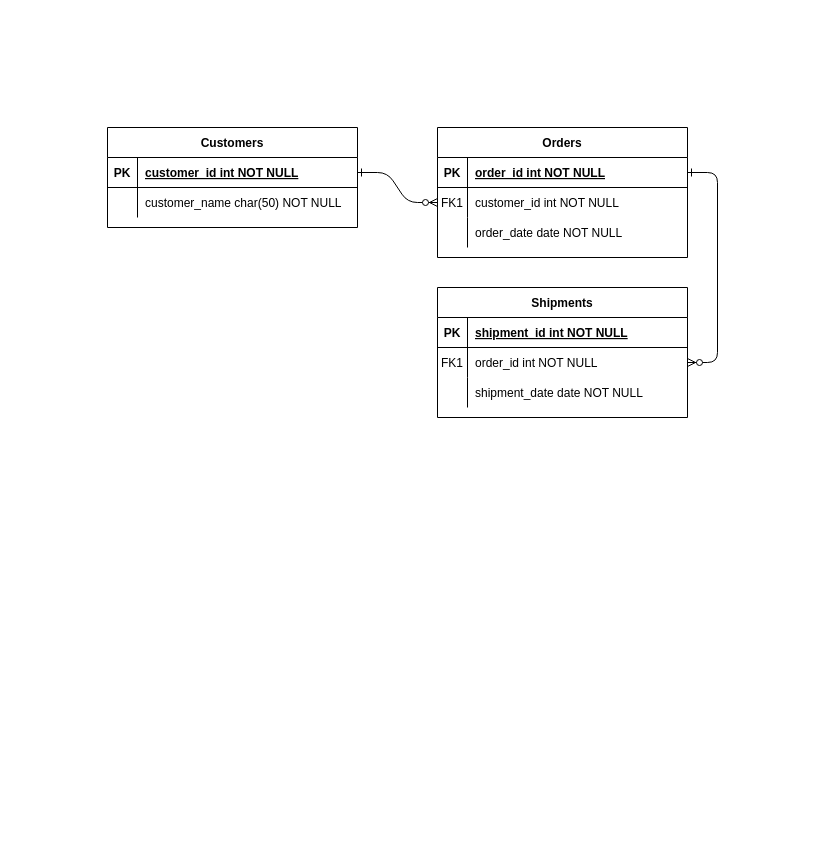
The draw.io diagram Untitled Diagram.drawio in bini-i/article, before the edit. Source tidied: cells renumbered, new cells numbered last; positions are measured from the earlier drawing's top-left corner, leaving out a move shared by most shapes. Both pictures are drawn from the tidied source at 100%, with x=0, y=0 at pixel (107, 127).
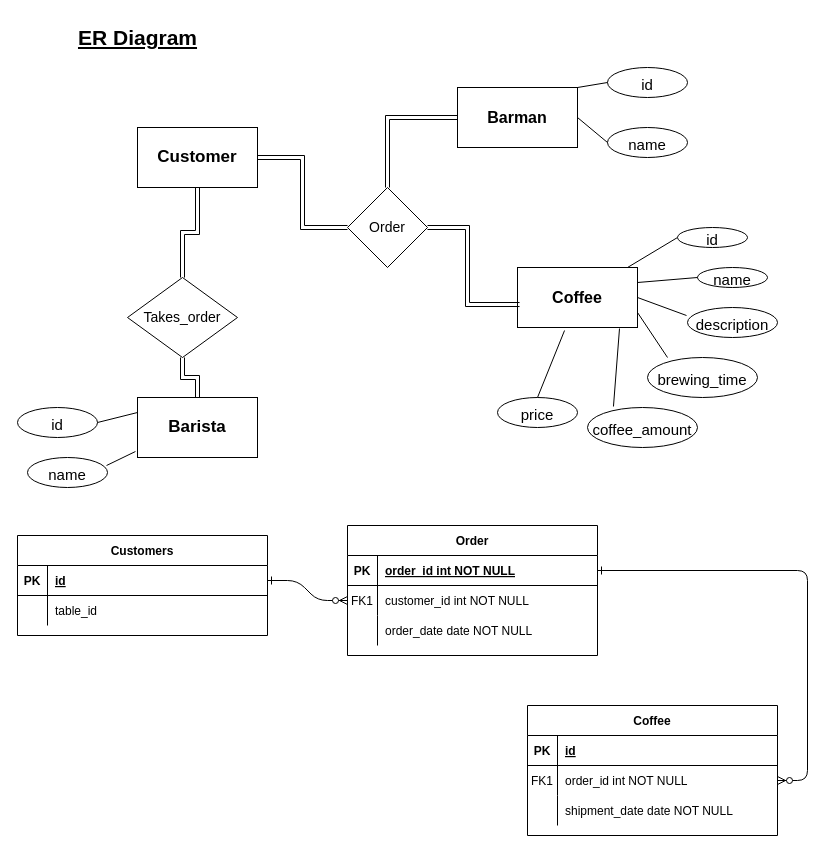
The same page after the edit.

The change refers to these unchanged cells:
```xml
<mxCell id="15" style="shape=partialRectangle;fillColor=none;top=0;left=0;right=0;bottom=1;" parent="14" vertex="1">
  <mxGeometry y="30" width="250" height="30" as="geometry" />
</mxCell>
<mxCell id="25" style="shape=partialRectangle;fillColor=none;points=[[0,0.5],[1,0.5]];portConstraint=eastwest;top=0;left=0;right=0;bottom=1;" parent="24" vertex="1">
  <mxGeometry y="30" width="250" height="30" as="geometry" />
</mxCell>
<mxCell id="28" style="shape=partialRectangle;fillColor=none;top=0;left=0;right=0;bottom=0;" parent="24" vertex="1">
  <mxGeometry y="60" width="250" height="30" as="geometry" />
</mxCell>
```

What changed in the source:
```diff
@@
-    <mxCell id="4" value="Orders" style="shape=table;startSize=30;childLayout=tableLayout;rowLines=0;fontStyle=1;align=center;" parent="1" vertex="1">
-      <mxGeometry x="330" width="250" height="130" as="geometry" />
+    <mxCell id="4" value="Order" style="shape=table;startSize=30;childLayout=tableLayout;rowLines=0;fontStyle=1;align=center;" parent="1" vertex="1">
+      <mxGeometry x="240" y="398" width="250" height="130" as="geometry" />
     </mxCell>
@@
-    <mxCell id="14" value="Shipments" style="shape=table;startSize=30;childLayout=tableLayout;rowLines=0;fontStyle=1;align=center;" parent="1" vertex="1">
-      <mxGeometry x="330" y="160" width="250" height="130" as="geometry" />
+    <mxCell id="14" value="Coffee" style="shape=table;startSize=30;childLayout=tableLayout;rowLines=0;fontStyle=1;align=center;" parent="1" vertex="1">
+      <mxGeometry x="420" y="578" width="250" height="130" as="geometry" />
     </mxCell>
@@
-    <mxCell id="17" value="shipment_id int NOT NULL " style="shape=partialRectangle;overflow=hidden;fillColor=none;top=0;left=0;bottom=0;right=0;align=left;spacingLeft=6;fontStyle=5;" parent="15" vertex="1">
+    <mxCell id="17" value="id" style="shape=partialRectangle;overflow=hidden;fillColor=none;top=0;left=0;bottom=0;right=0;align=left;spacingLeft=6;fontStyle=5;" parent="15" vertex="1">
       <mxGeometry x="30" width="220" height="30" as="geometry" />
     </mxCell>
@@
     <mxCell id="24" value="Customers" style="shape=table;startSize=30;childLayout=tableLayout;rowLines=0;fontStyle=1;align=center;" parent="1" vertex="1">
-      <mxGeometry width="250" height="100" as="geometry" />
+      <mxGeometry x="-90" y="408" width="250" height="100" as="geometry" />
     </mxCell>
@@
-    <mxCell id="27" value="customer_id int NOT NULL " style="shape=partialRectangle;overflow=hidden;fillColor=none;top=0;left=0;bottom=0;right=0;align=left;spacingLeft=6;fontStyle=5;" parent="25" vertex="1">
+    <mxCell id="27" value="id" style="shape=partialRectangle;overflow=hidden;fillColor=none;top=0;left=0;bottom=0;right=0;align=left;spacingLeft=6;fontStyle=5;" parent="25" vertex="1">
       <mxGeometry x="30" width="220" height="30" as="geometry" />
     </mxCell>
@@
-    <mxCell id="30" value="customer_name char(50) NOT NULL" style="shape=partialRectangle;overflow=hidden;fillColor=none;top=0;left=0;bottom=0;right=0;align=left;spacingLeft=6;" parent="28" vertex="1">
+    <mxCell id="30" value="table_id" style="shape=partialRectangle;overflow=hidden;fillColor=none;top=0;left=0;bottom=0;right=0;align=left;spacingLeft=6;" parent="28" vertex="1">
       <mxGeometry x="30" width="220" height="30" as="geometry" />
     </mxCell>
+    <mxCell id="31" style="edgeStyle=orthogonalEdgeStyle;rounded=0;jettySize=auto;html=1;entryX=0;entryY=0.5;entryDx=0;entryDy=0;shape=link;" parent="1" edge="1" source="32" target="40">
+      <mxGeometry relative="1" as="geometry" />
+    </mxCell>
+    <mxCell id="32" value="&lt;font style=&quot;font-size: 17px;&quot;&gt;&lt;b&gt;Customer&lt;/b&gt;&lt;/font&gt;" style="rounded=0;whiteSpace=wrap;html=1;" parent="1" vertex="1">
+      <mxGeometry x="30" width="120" height="60" as="geometry" />
+    </mxCell>
+    <mxCell id="33" style="rounded=0;jettySize=auto;html=1;entryX=0;entryY=0.5;entryDx=0;entryDy=0;fontSize=15;startArrow=none;startFill=0;endArrow=none;endFill=0;" parent="1" edge="1" source="34" target="44">
+      <mxGeometry relative="1" as="geometry" />
+    </mxCell>
+    <mxCell id="34" value="&lt;b&gt;&lt;font style=&quot;font-size: 16px;&quot;&gt;Coffee&lt;/font&gt;&lt;/b&gt;" style="rounded=0;whiteSpace=wrap;html=1;" parent="1" vertex="1">
+      <mxGeometry x="410" y="140" width="120" height="60" as="geometry" />
+    </mxCell>
+    <mxCell id="35" style="edgeStyle=orthogonalEdgeStyle;rounded=0;jettySize=auto;html=1;entryX=0.5;entryY=1;entryDx=0;entryDy=0;shape=link;" parent="1" edge="1" source="36" target="42">
+      <mxGeometry relative="1" as="geometry" />
+    </mxCell>
+    <mxCell id="36" value="&lt;font style=&quot;font-size: 17px;&quot;&gt;&lt;b&gt;Barista&lt;/b&gt;&lt;/font&gt;" style="rounded=0;whiteSpace=wrap;html=1;" parent="1" vertex="1">
+      <mxGeometry x="30" y="270" width="120" height="60" as="geometry" />
+    </mxCell>
+    <mxCell id="37" style="edgeStyle=orthogonalEdgeStyle;rounded=0;jettySize=auto;html=1;entryX=0.5;entryY=0;entryDx=0;entryDy=0;fontSize=16;startArrow=none;startFill=0;endArrow=none;endFill=0;shape=link;" parent="1" edge="1" source="38" target="40">
+      <mxGeometry relative="1" as="geometry" />
+    </mxCell>
+    <mxCell id="38" value="&lt;b&gt;&lt;font style=&quot;font-size: 16px;&quot;&gt;Barman&lt;/font&gt;&lt;/b&gt;" style="rounded=0;whiteSpace=wrap;html=1;" parent="1" vertex="1">
+      <mxGeometry x="350" y="-40" width="120" height="60" as="geometry" />
+    </mxCell>
+    <mxCell id="39" style="edgeStyle=orthogonalEdgeStyle;rounded=0;jettySize=auto;html=1;exitX=1;exitY=0.5;exitDx=0;exitDy=0;entryX=0.017;entryY=0.617;entryDx=0;entryDy=0;entryPerimeter=0;shape=link;" parent="1" edge="1" source="40" target="34">
+      <mxGeometry relative="1" as="geometry">
+        <Array as="points">
+          <mxPoint x="360" y="100" />
+          <mxPoint x="360" y="177" />
+        </Array>
+      </mxGeometry>
+    </mxCell>
+    <mxCell id="40" value="&lt;font style=&quot;font-size: 14px;&quot;&gt;Order&lt;/font&gt;" style="rhombus;whiteSpace=wrap;html=1;" parent="1" vertex="1">
+      <mxGeometry x="240" y="60" width="80" height="80" as="geometry" />
+    </mxCell>
+    <mxCell id="41" style="edgeStyle=orthogonalEdgeStyle;rounded=0;jettySize=auto;html=1;entryX=0.5;entryY=1;entryDx=0;entryDy=0;startArrow=none;startFill=0;endArrow=none;endFill=0;shape=link;" parent="1" edge="1" source="42" target="32">
+      <mxGeometry relative="1" as="geometry" />
+    </mxCell>
+    <mxCell id="42" value="&lt;font style=&quot;font-size: 14px;&quot;&gt;Takes_order&lt;/font&gt;" style="rhombus;whiteSpace=wrap;html=1;" parent="1" vertex="1">
+      <mxGeometry x="20" y="150" width="110" height="80" as="geometry" />
+    </mxCell>
+    <mxCell id="43" value="&lt;b&gt;&lt;font style=&quot;font-size: 21px;&quot;&gt;&lt;u&gt;ER Diagram&lt;/u&gt;&lt;/font&gt;&lt;/b&gt;" style="text;html=1;align=center;verticalAlign=middle;strokeColor=none;fillColor=none;" parent="1" vertex="1">
+      <mxGeometry x="-40" y="-110" width="140" height="40" as="geometry" />
+    </mxCell>
+    <mxCell id="44" value="&lt;font style=&quot;font-size: 15px;&quot;&gt;id&lt;/font&gt;" style="ellipse;whiteSpace=wrap;html=1;fontSize=21;" parent="1" vertex="1">
+      <mxGeometry x="570" y="100" width="70" height="20" as="geometry" />
+    </mxCell>
+    <mxCell id="45" value="&lt;font style=&quot;font-size: 15px;&quot;&gt;name&lt;/font&gt;" style="ellipse;whiteSpace=wrap;html=1;fontSize=21;" parent="1" vertex="1">
+      <mxGeometry x="590" y="140" width="70" height="20" as="geometry" />
+    </mxCell>
+    <mxCell id="46" value="&lt;font style=&quot;font-size: 15px;&quot;&gt;description&lt;/font&gt;" style="ellipse;whiteSpace=wrap;html=1;fontSize=21;" parent="1" vertex="1">
+      <mxGeometry x="580" y="180" width="90" height="30" as="geometry" />
+    </mxCell>
+    <mxCell id="47" value="&lt;font style=&quot;font-size: 15px;&quot;&gt;brewing_time&lt;/font&gt;" style="ellipse;whiteSpace=wrap;html=1;fontSize=21;" parent="1" vertex="1">
+      <mxGeometry x="540" y="230" width="110" height="40" as="geometry" />
+    </mxCell>
+    <mxCell id="48" value="&lt;font style=&quot;font-size: 15px;&quot;&gt;coffee_amount&lt;/font&gt;" style="ellipse;whiteSpace=wrap;html=1;fontSize=21;" parent="1" vertex="1">
+      <mxGeometry x="480" y="280" width="110" height="40" as="geometry" />
+    </mxCell>
+    <mxCell id="49" value="&lt;font style=&quot;font-size: 15px;&quot;&gt;price&lt;/font&gt;" style="ellipse;whiteSpace=wrap;html=1;fontSize=21;" parent="1" vertex="1">
+      <mxGeometry x="390" y="270" width="80" height="30" as="geometry" />
+    </mxCell>
+    <mxCell id="50" style="rounded=0;jettySize=auto;html=1;entryX=0;entryY=0.5;entryDx=0;entryDy=0;fontSize=15;startArrow=none;startFill=0;endArrow=none;endFill=0;exitX=1;exitY=0.25;exitDx=0;exitDy=0;" parent="1" edge="1" source="34" target="45">
+      <mxGeometry relative="1" as="geometry" />
+    </mxCell>
+    <mxCell id="51" style="rounded=0;jettySize=auto;html=1;entryX=0.182;entryY=0;entryDx=0;entryDy=0;fontSize=15;startArrow=none;startFill=0;endArrow=none;endFill=0;exitX=1;exitY=0.75;exitDx=0;exitDy=0;entryPerimeter=0;" parent="1" edge="1" source="34" target="47">
+      <mxGeometry relative="1" as="geometry" />
+    </mxCell>
+    <mxCell id="52" style="rounded=0;jettySize=auto;html=1;entryX=0.85;entryY=1.017;entryDx=0;entryDy=0;fontSize=15;startArrow=none;startFill=0;endArrow=none;endFill=0;entryPerimeter=0;exitX=0.236;exitY=-0.025;exitDx=0;exitDy=0;exitPerimeter=0;" parent="1" edge="1" source="48" target="34">
+      <mxGeometry relative="1" as="geometry" />
+    </mxCell>
+    <mxCell id="53" style="rounded=0;jettySize=auto;html=1;entryX=0.392;entryY=1.05;entryDx=0;entryDy=0;fontSize=15;startArrow=none;startFill=0;endArrow=none;endFill=0;entryPerimeter=0;exitX=0.5;exitY=0;exitDx=0;exitDy=0;" parent="1" edge="1" source="49" target="34">
+      <mxGeometry relative="1" as="geometry" />
+    </mxCell>
+    <mxCell id="54" style="rounded=0;jettySize=auto;html=1;entryX=-0.011;entryY=0.267;entryDx=0;entryDy=0;fontSize=15;startArrow=none;startFill=0;endArrow=none;endFill=0;entryPerimeter=0;exitX=1;exitY=0.5;exitDx=0;exitDy=0;" parent="1" edge="1" source="34" target="46">
+      <mxGeometry relative="1" as="geometry" />
+    </mxCell>
+    <mxCell id="55" value="&lt;font style=&quot;font-size: 15px;&quot;&gt;id&lt;/font&gt;" style="ellipse;whiteSpace=wrap;html=1;fontSize=21;" parent="1" vertex="1">
+      <mxGeometry x="-90" y="280" width="80" height="30" as="geometry" />
+    </mxCell>
+    <mxCell id="56" style="rounded=0;jettySize=auto;html=1;entryX=0;entryY=0.25;entryDx=0;entryDy=0;fontSize=15;startArrow=none;startFill=0;endArrow=none;endFill=0;exitX=1;exitY=0.5;exitDx=0;exitDy=0;" parent="1" edge="1" source="55" target="36">
+      <mxGeometry relative="1" as="geometry" />
+    </mxCell>
+    <mxCell id="57" value="&lt;font style=&quot;font-size: 15px;&quot;&gt;name&lt;/font&gt;" style="ellipse;whiteSpace=wrap;html=1;fontSize=21;" parent="1" vertex="1">
+      <mxGeometry x="-80" y="330" width="80" height="30" as="geometry" />
+    </mxCell>
+    <mxCell id="58" style="rounded=0;jettySize=auto;html=1;fontSize=15;startArrow=none;startFill=0;endArrow=none;endFill=0;exitX=0.988;exitY=0.267;exitDx=0;exitDy=0;entryX=-0.017;entryY=0.9;entryDx=0;entryDy=0;entryPerimeter=0;exitPerimeter=0;" parent="1" edge="1" source="57" target="36">
+      <mxGeometry relative="1" as="geometry" />
+    </mxCell>
+    <mxCell id="59" value="&lt;font style=&quot;font-size: 15px;&quot;&gt;id&lt;/font&gt;" style="ellipse;whiteSpace=wrap;html=1;fontSize=21;" parent="1" vertex="1">
+      <mxGeometry x="500" y="-60" width="80" height="30" as="geometry" />
+    </mxCell>
+    <mxCell id="60" style="rounded=0;jettySize=auto;html=1;entryX=1;entryY=0;entryDx=0;entryDy=0;fontSize=15;startArrow=none;startFill=0;endArrow=none;endFill=0;exitX=0;exitY=0.5;exitDx=0;exitDy=0;" parent="1" edge="1" source="59" target="38">
+      <mxGeometry relative="1" as="geometry" />
+    </mxCell>
+    <mxCell id="61" value="&lt;font style=&quot;font-size: 15px;&quot;&gt;name&lt;/font&gt;" style="ellipse;whiteSpace=wrap;html=1;fontSize=21;" parent="1" vertex="1">
+      <mxGeometry x="500" width="80" height="30" as="geometry" />
+    </mxCell>
+    <mxCell id="62" style="rounded=0;jettySize=auto;html=1;fontSize=15;startArrow=none;startFill=0;endArrow=none;endFill=0;exitX=0;exitY=0.5;exitDx=0;exitDy=0;entryX=1;entryY=0.5;entryDx=0;entryDy=0;" parent="1" edge="1" source="61" target="38">
+      <mxGeometry relative="1" as="geometry" />
+    </mxCell>
```
